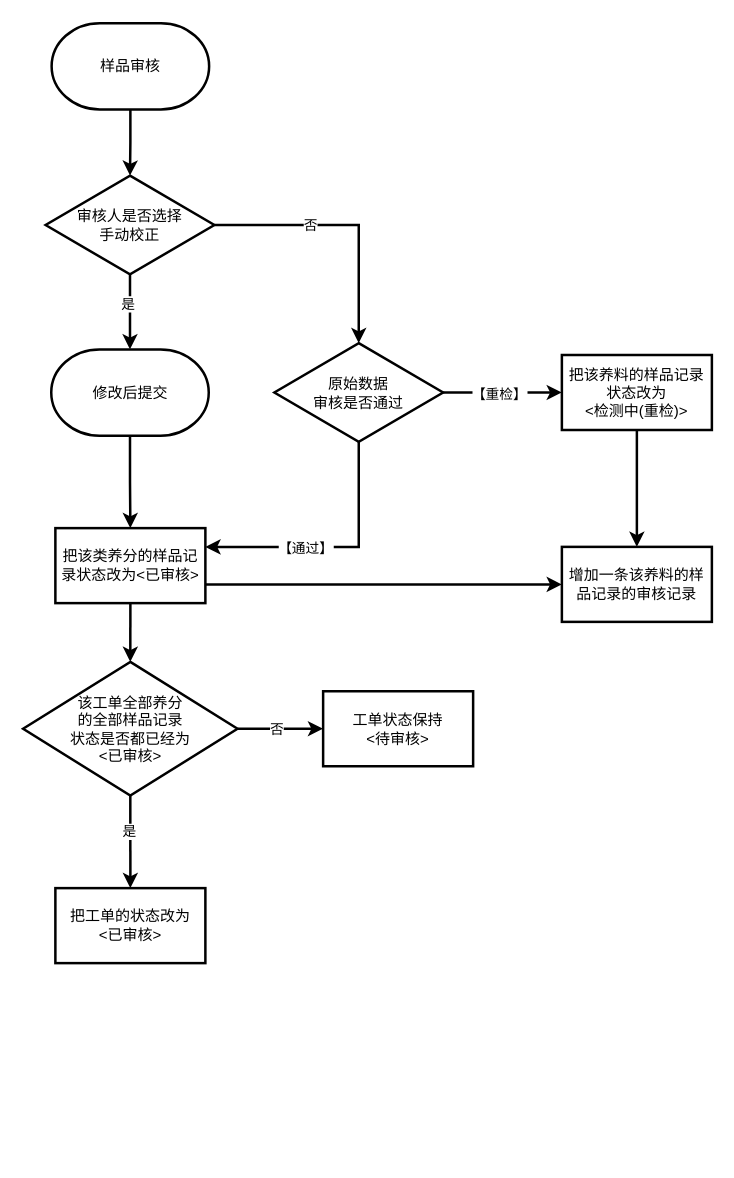
Before: 智农宝.drawio in RK-JD/DrawIO, a draw.io diagram. Source tidied: cells renumbered, new cells numbered last; positions are measured from the earlier drawing's top-left corner, leaving out a move shared by most shapes. Both pictures are drawn from the tidied source at 125%, with x=0, y=0 at pixel (22, 22).
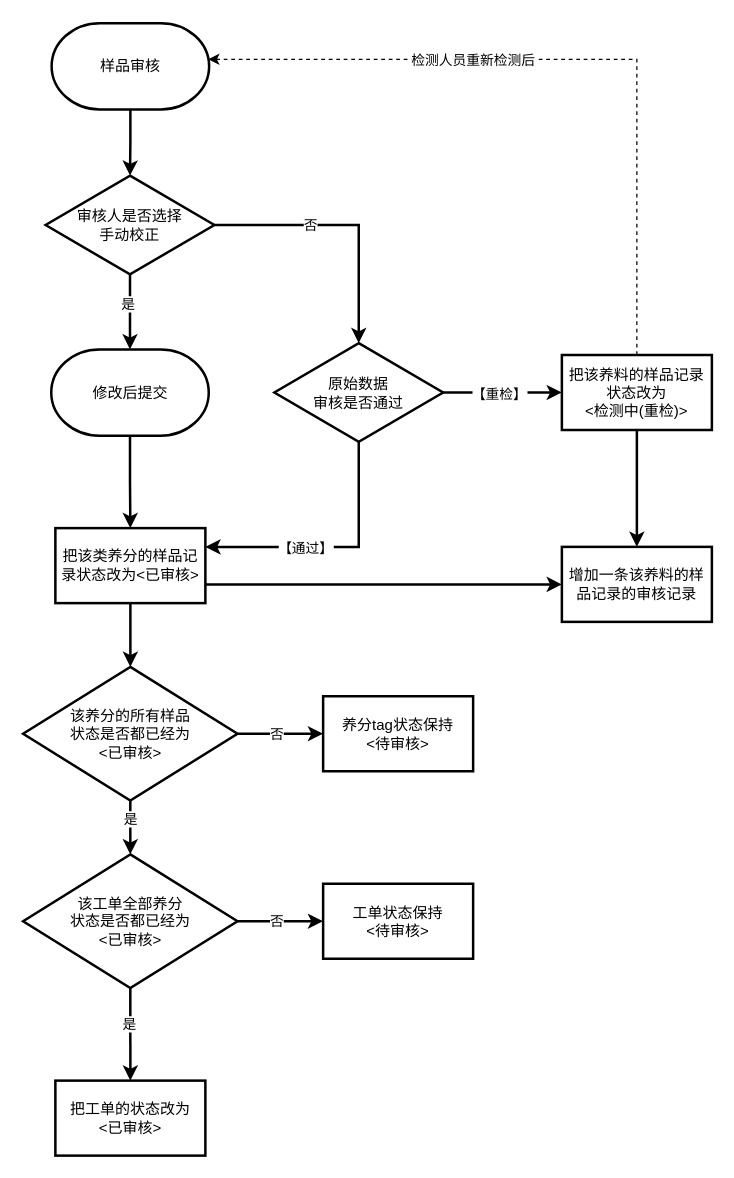
The same diagram, later.

Commit message:
更新智农宝.drawio

The change refers to these unchanged cells:
```xml
<mxCell id="2" value="样品审核" style="strokeWidth=2;html=1;shape=mxgraph.flowchart.terminator;whiteSpace=wrap;" parent="1" vertex="1">
  <mxGeometry x="22.8" width="126" height="69" as="geometry" />
</mxCell>
<mxCell id="5" value="把该类养分的样品记录状态改为&amp;lt;已审核&amp;gt;" style="rounded=0;whiteSpace=wrap;html=1;strokeWidth=2;" parent="1" vertex="1">
  <mxGeometry x="25.8" y="404" width="120" height="60" as="geometry" />
</mxCell>
<mxCell id="23" value="把该养料的样品记录状态改为&lt;div&gt;&amp;lt;检测中(重检)&amp;gt;&lt;/div&gt;" style="rounded=0;whiteSpace=wrap;html=1;strokeWidth=2;" parent="1" vertex="1">
  <mxGeometry x="431" y="265.5" width="120" height="60" as="geometry" />
</mxCell>
```

Diff of the diagram source:
```diff
@@
     <mxCell id="7" value="把工单的状态改为&lt;div&gt;&amp;lt;已审核&amp;gt;&lt;/div&gt;" style="rounded=0;whiteSpace=wrap;html=1;strokeWidth=2;" parent="1" vertex="1">
-      <mxGeometry x="25.8" y="692" width="120" height="60" as="geometry" />
+      <mxGeometry x="25.8" y="846" width="120" height="60" as="geometry" />
     </mxCell>
@@
-    <mxCell id="12" value="该工单全部养分&lt;div&gt;的全部样品记录&lt;/div&gt;&lt;div&gt;状态是否都已经为&lt;/div&gt;&lt;div&gt;&amp;lt;已审核&amp;gt;&lt;/div&gt;" style="strokeWidth=2;html=1;shape=mxgraph.flowchart.decision;whiteSpace=wrap;" parent="1" vertex="1">
-      <mxGeometry y="511" width="171.5" height="107" as="geometry" />
+    <mxCell id="12" value="该工单全部养分&lt;div&gt;状态是否都已经为&lt;/div&gt;&lt;div&gt;&amp;lt;已审核&amp;gt;&lt;/div&gt;" style="strokeWidth=2;html=1;shape=mxgraph.flowchart.decision;whiteSpace=wrap;" parent="1" vertex="1">
+      <mxGeometry y="665" width="171.5" height="107" as="geometry" />
     </mxCell>
-    <mxCell id="13" style="edgeStyle=orthogonalEdgeStyle;rounded=0;jettySize=auto;html=1;exitX=0.5;exitY=1;exitDx=0;exitDy=0;entryX=0.5;entryY=0;entryDx=0;entryDy=0;entryPerimeter=0;strokeWidth=2;" parent="1" edge="1" source="5" target="12">
+    <mxCell id="13" style="edgeStyle=orthogonalEdgeStyle;rounded=0;jettySize=auto;html=1;exitX=0.5;exitY=1;exitDx=0;exitDy=0;strokeWidth=2;" parent="1" edge="1" source="5" target="31">
       <mxGeometry relative="1" as="geometry" />
     </mxCell>
@@
     <mxCell id="28" value="工单状态保持&lt;div&gt;&amp;lt;待审核&amp;gt;&lt;/div&gt;" style="rounded=0;whiteSpace=wrap;html=1;strokeWidth=2;" parent="1" vertex="1">
-      <mxGeometry x="240" y="534.5" width="120" height="60" as="geometry" />
+      <mxGeometry x="240" y="688.5" width="120" height="60" as="geometry" />
     </mxCell>
+    <mxCell id="29" style="edgeStyle=orthogonalEdgeStyle;rounded=0;jettySize=auto;html=1;exitX=1;exitY=0.5;exitDx=0;exitDy=0;exitPerimeter=0;entryX=0;entryY=0.5;entryDx=0;entryDy=0;strokeWidth=2;" parent="1" edge="1" source="31" target="34">
+      <mxGeometry relative="1" as="geometry" />
+    </mxCell>
+    <mxCell id="30" value="否" style="edgeLabel;html=1;align=center;verticalAlign=middle;" parent="29" vertex="1">
+      <mxGeometry x="-0.1" relative="1" as="geometry" />
+    </mxCell>
+    <mxCell id="31" value="该养分的所有样品&lt;div&gt;状态是否都已经为&lt;/div&gt;&lt;div&gt;&amp;lt;已审核&amp;gt;&lt;/div&gt;" style="strokeWidth=2;html=1;shape=mxgraph.flowchart.decision;whiteSpace=wrap;" parent="1" vertex="1">
+      <mxGeometry y="515" width="171.5" height="107" as="geometry" />
+    </mxCell>
+    <mxCell id="32" style="edgeStyle=orthogonalEdgeStyle;rounded=0;jettySize=auto;html=1;exitX=0.5;exitY=1;exitDx=0;exitDy=0;exitPerimeter=0;entryX=0.5;entryY=0;entryDx=0;entryDy=0;entryPerimeter=0;strokeWidth=2;" parent="1" edge="1" source="31" target="12">
+      <mxGeometry relative="1" as="geometry" />
+    </mxCell>
+    <mxCell id="33" value="是" style="edgeLabel;html=1;align=center;verticalAlign=middle;" parent="32" vertex="1">
+      <mxGeometry x="-0.35" y="-3" relative="1" as="geometry">
+        <mxPoint x="3" as="offset" />
+      </mxGeometry>
+    </mxCell>
+    <mxCell id="34" value="养分tag状态保持&lt;div&gt;&amp;lt;待审核&amp;gt;&lt;/div&gt;" style="rounded=0;whiteSpace=wrap;html=1;strokeWidth=2;" parent="1" vertex="1">
+      <mxGeometry x="240" y="538.5" width="120" height="60" as="geometry" />
+    </mxCell>
+    <mxCell id="35" style="edgeStyle=orthogonalEdgeStyle;rounded=0;jettySize=auto;html=1;exitX=0.5;exitY=0;exitDx=0;exitDy=0;entryX=0.994;entryY=0.42;entryDx=0;entryDy=0;entryPerimeter=0;dashed=1;" parent="1" edge="1" source="23" target="2">
+      <mxGeometry relative="1" as="geometry" />
+    </mxCell>
+    <mxCell id="36" value="检测人员重新检测后" style="edgeLabel;html=1;align=center;verticalAlign=middle;" parent="35" vertex="1">
+      <mxGeometry x="0.27" y="1" relative="1" as="geometry" />
+    </mxCell>
```
